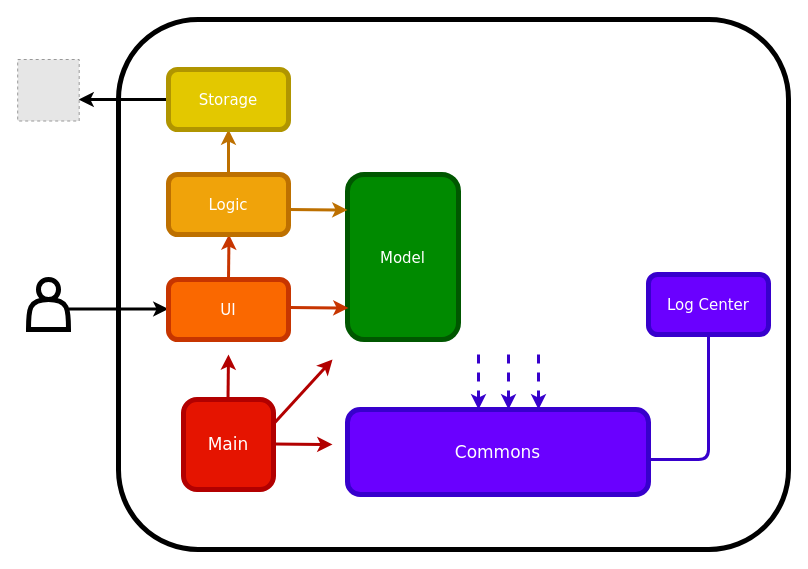
yapdianhao/main keeps this draw.io diagram as docs/diagrams/ArchitectureDiagram.drawio. Above is the earlier version. Source tidied: cells renumbered, new cells numbered last; positions are measured from the earlier drawing's top-left corner, leaving out a move shared by most shapes. Both pictures are drawn from the tidied source at 100%, with x=0, y=0 at pixel (17, 19). Pictures stored in the file or linked from it are replaced by grey dashed boxes.
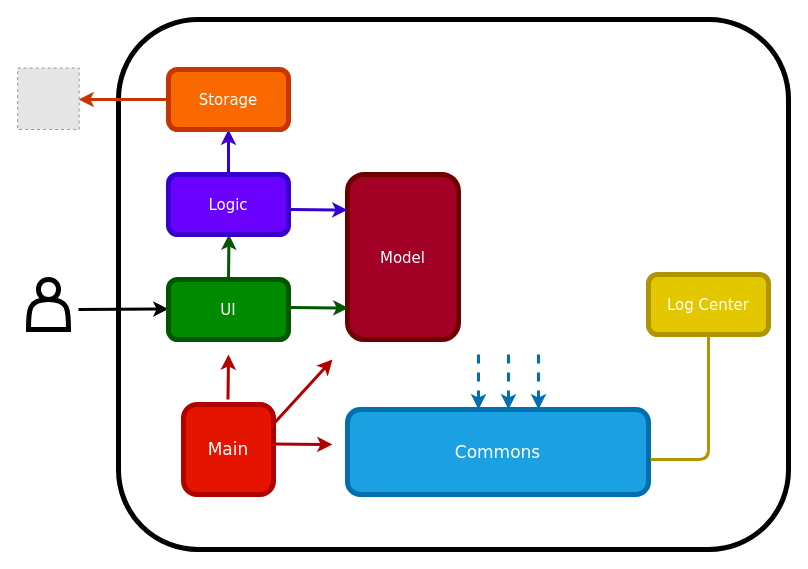
After the change.

Commit message (it also covers changes not shown here):
fixed corrupted architecture diagram

The edit, as a diff of the source:
```diff
@@
     <mxCell id="4" style="endArrow=classic;html=1;strokeWidth=3;" parent="1" edge="1">
       <mxGeometry relative="1" as="geometry">
-        <mxPoint x="51" y="289.5" as="sourcePoint" />
+        <mxPoint x="61" y="290" as="sourcePoint" />
         <mxPoint x="151" y="289.5" as="targetPoint" />
       </mxGeometry>
     </mxCell>
-    <mxCell id="5" style="endArrow=classic;html=1;strokeWidth=3;exitX=0.5;exitY=0;exitDx=0;exitDy=0;fillColor=#fa6800;strokeColor=#C73500;" parent="1" edge="1">
+    <mxCell id="5" style="endArrow=classic;html=1;strokeWidth=3;exitX=0.5;exitY=0;exitDx=0;exitDy=0;fillColor=#008a00;strokeColor=#005700;" parent="1" edge="1">
       <mxGeometry relative="1" as="geometry">
         <mxPoint x="211" y="260" as="sourcePoint" />
         <mxPoint x="211.5" y="215" as="targetPoint" />
       </mxGeometry>
     </mxCell>
-    <mxCell id="6" style="endArrow=classic;html=1;strokeWidth=3;entryX=0.5;entryY=1;entryDx=0;entryDy=0;exitX=0.5;exitY=0;exitDx=0;exitDy=0;fillColor=#f0a30a;strokeColor=#BD7000;" parent="1" edge="1">
+    <mxCell id="6" style="endArrow=classic;html=1;strokeWidth=3;entryX=0.5;entryY=1;entryDx=0;entryDy=0;exitX=0.5;exitY=0;exitDx=0;exitDy=0;fillColor=#f0a30a;strokeColor=#3700CC;" parent="1" edge="1">
       <mxGeometry relative="1" as="geometry">
         <mxPoint x="211" y="155" as="sourcePoint" />
         <mxPoint x="211" y="110" as="targetPoint" />
       </mxGeometry>
     </mxCell>
-    <mxCell id="7" value="&lt;font style=&quot;font-size: 15px&quot; face=&quot;Verdana&quot;&gt;Model&lt;/font&gt;" style="rounded=1;whiteSpace=wrap;html=1;strokeWidth=5;fillColor=#008a00;strokeColor=#005700;fontColor=#ffffff;" parent="1" vertex="1">
+    <mxCell id="7" value="&lt;font style=&quot;font-size: 15px&quot; face=&quot;Verdana&quot;&gt;Model&lt;/font&gt;" style="rounded=1;whiteSpace=wrap;html=1;strokeWidth=5;fillColor=#a20025;strokeColor=#6F0000;fontColor=#ffffff;" parent="1" vertex="1">
       <mxGeometry x="330" y="155" width="111" height="165" as="geometry" />
     </mxCell>
-    <mxCell id="8" style="endArrow=classic;html=1;strokeWidth=3;exitX=1.008;exitY=0.4;exitDx=0;exitDy=0;exitPerimeter=0;fillColor=#fa6800;strokeColor=#C73500;" parent="1" edge="1">
+    <mxCell id="8" style="endArrow=classic;html=1;strokeWidth=3;exitX=1.008;exitY=0.4;exitDx=0;exitDy=0;exitPerimeter=0;fillColor=#008a00;strokeColor=#005700;" parent="1" edge="1">
       <mxGeometry relative="1" as="geometry">
         <mxPoint x="272" y="288" as="sourcePoint" />
         <mxPoint x="331" y="288.5" as="targetPoint" />
       </mxGeometry>
     </mxCell>
-    <mxCell id="9" style="endArrow=classic;html=1;strokeWidth=3;exitX=1.008;exitY=0.4;exitDx=0;exitDy=0;exitPerimeter=0;fillColor=#f0a30a;strokeColor=#BD7000;" parent="1" edge="1">
+    <mxCell id="9" style="endArrow=classic;html=1;strokeWidth=3;exitX=1.008;exitY=0.4;exitDx=0;exitDy=0;exitPerimeter=0;fillColor=#f0a30a;strokeColor=#3700CC;" parent="1" edge="1">
       <mxGeometry relative="1" as="geometry">
         <mxPoint x="271" y="190" as="sourcePoint" />
         <mxPoint x="330" y="190.5" as="targetPoint" />
       </mxGeometry>
     </mxCell>
-    <mxCell id="10" style="endArrow=classic;html=1;strokeWidth=3;exitX=0;exitY=0.5;exitDx=0;exitDy=0;entryX=1;entryY=0.5;entryDx=0;entryDy=0;" parent="1" edge="1">
+    <mxCell id="10" style="endArrow=classic;html=1;strokeWidth=3;exitX=0;exitY=0.5;exitDx=0;exitDy=0;entryX=1;entryY=0.5;entryDx=0;entryDy=0;fillColor=#fa6800;strokeColor=#C73500;" parent="1" edge="1">
       <mxGeometry relative="1" as="geometry">
         <mxPoint x="151" y="80" as="sourcePoint" />
         <mxPoint x="61" y="80" as="targetPoint" />
         <Array as="points">
           <mxPoint x="61" y="80" />
         </Array>
       </mxGeometry>
     </mxCell>
     <mxCell id="11" value="&lt;font style=&quot;font-size: 17px&quot; face=&quot;Verdana&quot;&gt;Main&lt;/font&gt;" style="rounded=1;whiteSpace=wrap;html=1;strokeWidth=5;fillColor=#e51400;strokeColor=#B20000;fontColor=#ffffff;" parent="1" vertex="1">
-      <mxGeometry x="166" y="380" width="90" height="90" as="geometry" />
+      <mxGeometry x="166" y="385" width="90" height="90" as="geometry" />
     </mxCell>
@@
-    <mxCell id="15" value="&lt;font style=&quot;font-size: 17px&quot; face=&quot;Verdana&quot;&gt;Commons&lt;/font&gt;" style="rounded=1;whiteSpace=wrap;html=1;strokeWidth=5;fillColor=#6a00ff;strokeColor=#3700CC;fontColor=#ffffff;" parent="1" vertex="1">
+    <mxCell id="15" value="&lt;font style=&quot;font-size: 17px&quot; face=&quot;Verdana&quot;&gt;Commons&lt;/font&gt;" style="rounded=1;whiteSpace=wrap;html=1;strokeWidth=5;fillColor=#1ba1e2;strokeColor=#006EAF;fontColor=#ffffff;" parent="1" vertex="1">
       <mxGeometry x="330" y="390" width="301" height="85" as="geometry" />
     </mxCell>
-    <mxCell id="16" style="endArrow=classic;html=1;strokeWidth=3;dashed=1;fillColor=#6a00ff;strokeColor=#3700CC;" parent="1" edge="1">
+    <mxCell id="16" style="endArrow=classic;html=1;strokeWidth=3;dashed=1;fillColor=#1ba1e2;strokeColor=#006EAF;" parent="1" edge="1">
       <mxGeometry relative="1" as="geometry">
         <mxPoint x="461" y="335" as="sourcePoint" />
         <mxPoint x="461" y="390" as="targetPoint" />
       </mxGeometry>
     </mxCell>
-    <mxCell id="17" style="endArrow=classic;html=1;strokeWidth=3;dashed=1;fillColor=#6a00ff;strokeColor=#3700CC;" parent="1" edge="1">
+    <mxCell id="17" style="endArrow=classic;html=1;strokeWidth=3;dashed=1;fillColor=#1ba1e2;strokeColor=#006EAF;" parent="1" edge="1">
       <mxGeometry relative="1" as="geometry">
         <mxPoint x="491" y="335" as="sourcePoint" />
         <mxPoint x="491" y="390" as="targetPoint" />
       </mxGeometry>
     </mxCell>
-    <mxCell id="18" style="endArrow=classic;html=1;strokeWidth=3;dashed=1;fillColor=#6a00ff;strokeColor=#3700CC;" parent="1" edge="1">
+    <mxCell id="18" style="endArrow=classic;html=1;strokeWidth=3;dashed=1;fillColor=#1ba1e2;strokeColor=#006EAF;" parent="1" edge="1">
       <mxGeometry relative="1" as="geometry">
         <mxPoint x="521" y="335" as="sourcePoint" />
         <mxPoint x="521" y="390" as="targetPoint" />
       </mxGeometry>
     </mxCell>
-    <mxCell id="19" style="endArrow=none;html=1;strokeWidth=3;entryX=0.5;entryY=1;entryDx=0;entryDy=0;fillColor=#6a00ff;strokeColor=#3700CC;" parent="1" edge="1" target="23">
+    <mxCell id="19" style="endArrow=none;html=1;strokeWidth=3;entryX=0.5;entryY=1;entryDx=0;entryDy=0;fillColor=#e3c800;strokeColor=#B09500;" parent="1" edge="1" target="23">
       <mxGeometry relative="1" as="geometry">
         <mxPoint x="633" y="440" as="sourcePoint" />
         <Array as="points">
           <mxPoint x="641" y="440" />
           <mxPoint x="691" y="440" />
         </Array>
       </mxGeometry>
     </mxCell>
-    <mxCell id="20" value="&lt;font style=&quot;font-size: 15px&quot; face=&quot;Verdana&quot;&gt;UI&lt;/font&gt;" style="rounded=1;whiteSpace=wrap;html=1;strokeWidth=5;fillColor=#fa6800;strokeColor=#C73500;fontColor=#ffffff;" parent="1" vertex="1">
+    <mxCell id="20" value="&lt;font style=&quot;font-size: 15px&quot; face=&quot;Verdana&quot;&gt;UI&lt;/font&gt;" style="rounded=1;whiteSpace=wrap;html=1;strokeWidth=5;fillColor=#008a00;strokeColor=#005700;fontColor=#ffffff;" parent="1" vertex="1">
       <mxGeometry x="151" y="260" width="120" height="60" as="geometry" />
     </mxCell>
-    <mxCell id="21" value="&lt;font style=&quot;font-size: 15px&quot; face=&quot;Verdana&quot;&gt;Logic&lt;/font&gt;" style="rounded=1;whiteSpace=wrap;html=1;strokeWidth=5;fillColor=#f0a30a;strokeColor=#BD7000;fontColor=#ffffff;" parent="1" vertex="1">
+    <mxCell id="21" value="&lt;font style=&quot;font-size: 15px&quot; face=&quot;Verdana&quot;&gt;Logic&lt;/font&gt;" style="rounded=1;whiteSpace=wrap;html=1;strokeWidth=5;fillColor=#6a00ff;strokeColor=#3700CC;fontColor=#ffffff;" parent="1" vertex="1">
       <mxGeometry x="151" y="155" width="120" height="60" as="geometry" />
     </mxCell>
-    <mxCell id="22" value="&lt;font style=&quot;font-size: 15px&quot; face=&quot;Verdana&quot;&gt;Storage&lt;/font&gt;" style="rounded=1;whiteSpace=wrap;html=1;strokeWidth=5;fillColor=#e3c800;strokeColor=#B09500;fontColor=#ffffff;" parent="1" vertex="1">
+    <mxCell id="22" value="&lt;font style=&quot;font-size: 15px&quot; face=&quot;Verdana&quot;&gt;Storage&lt;/font&gt;" style="rounded=1;whiteSpace=wrap;html=1;strokeWidth=5;fillColor=#fa6800;strokeColor=#C73500;fontColor=#ffffff;" parent="1" vertex="1">
       <mxGeometry x="151" y="50" width="120" height="60" as="geometry" />
     </mxCell>
-    <mxCell id="23" value="&lt;font style=&quot;font-size: 15px&quot;&gt;&lt;font face=&quot;Verdana&quot;&gt;Log Center&lt;/font&gt;&lt;br&gt;&lt;/font&gt;" style="rounded=1;whiteSpace=wrap;html=1;strokeWidth=5;fillColor=#6a00ff;strokeColor=#3700CC;fontColor=#ffffff;" parent="1" vertex="1">
+    <mxCell id="23" value="&lt;font style=&quot;font-size: 15px&quot;&gt;&lt;font face=&quot;Verdana&quot;&gt;Log Center&lt;/font&gt;&lt;br&gt;&lt;/font&gt;" style="rounded=1;whiteSpace=wrap;html=1;strokeWidth=5;fillColor=#e3c800;strokeColor=#B09500;fontColor=#ffffff;" parent="1" vertex="1">
       <mxGeometry x="631" y="255" width="120" height="60" as="geometry" />
     </mxCell>
     <mxCell id="24" style="fillColor=#E6E6E6;strokeColor=#999999;dashed=1;html=1;verticalAlign=top;verticalLabelPosition=bottom;labelBackgroundColor=#ffffff;" parent="1" vertex="1">
-      <mxGeometry x="0.2" y="40" width="61.5" height="61.5" as="geometry" />
+      <mxGeometry x="0.2" y="48.5" width="61.5" height="61.5" as="geometry" />
     </mxCell>
```
